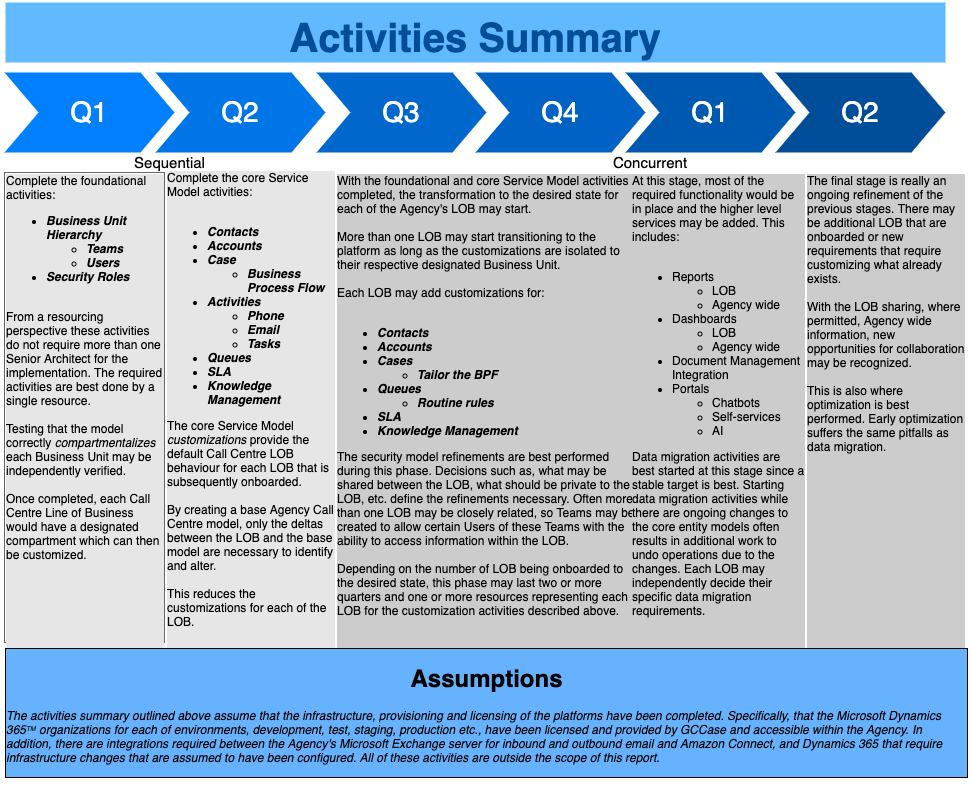
Before: resources/images/timeline.png, a diagram exported from draw.io (hanyg/gitdemo). Source tidied: cells renumbered, new cells last; positions are measured from the earlier drawing's top-left corner, leaving out a move shared by most shapes.
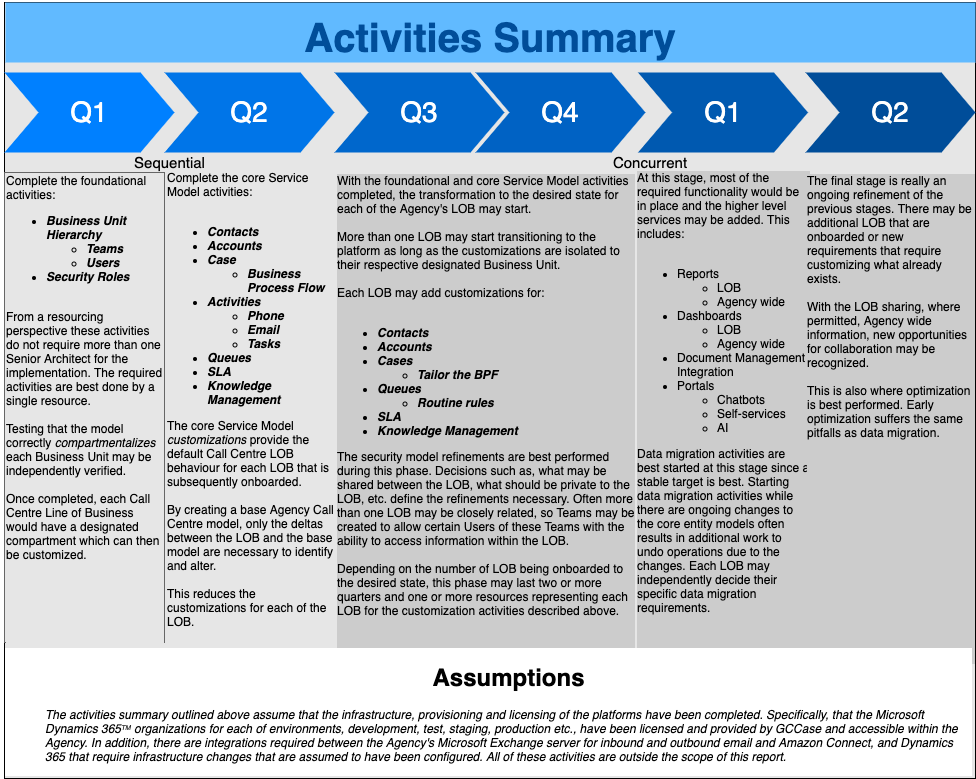
The same diagram one commit later.

What changed in the source:
```diff
@@ -2,26 +2,29 @@
   <root>
     <mxCell id="0" />
     <mxCell id="1" parent="0" />
+    <mxCell id="17" style="rounded=0;whiteSpace=wrap;html=1;labelBackgroundColor=none;fontSize=15;fillColor=#E6E6E6;" parent="1" vertex="1">
+      <mxGeometry x="4" width="971" height="776" as="geometry" />
+    </mxCell>
     <mxCell id="2" value="Q1" style="shape=step;whiteSpace=wrap;html=1;fontSize=28;fillColor=#0080FF;fontColor=#FFFFFF;strokeColor=none;" parent="1" vertex="1">
       <mxGeometry x="4" y="70" width="170" height="80" as="geometry" />
     </mxCell>
     <mxCell id="3" value="Q2" style="shape=step;whiteSpace=wrap;html=1;fontSize=28;fillColor=#0075E8;fontColor=#FFFFFF;strokeColor=none;" parent="1" vertex="1">
-      <mxGeometry x="155" y="70" width="170" height="80" as="geometry" />
+      <mxGeometry x="164" y="70" width="170" height="80" as="geometry" />
     </mxCell>
     <mxCell id="4" value="Q3" style="shape=step;whiteSpace=wrap;html=1;fontSize=28;fillColor=#0067CC;fontColor=#FFFFFF;strokeColor=none;" parent="1" vertex="1">
-      <mxGeometry x="316" y="70" width="170" height="80" as="geometry" />
+      <mxGeometry x="334" y="70" width="170" height="80" as="geometry" />
     </mxCell>
     <mxCell id="5" value="Q4" style="shape=step;whiteSpace=wrap;html=1;fontSize=28;fillColor=#0062C4;fontColor=#FFFFFF;strokeColor=none;" parent="1" vertex="1">
       <mxGeometry x="475" y="70" width="170" height="80" as="geometry" />
     </mxCell>
     <mxCell id="6" value="Q1" style="shape=step;whiteSpace=wrap;html=1;fontSize=28;fillColor=#0059B0;fontColor=#FFFFFF;strokeColor=none;" parent="1" vertex="1">
-      <mxGeometry x="625" y="70" width="170" height="80" as="geometry" />
+      <mxGeometry x="637.5" y="70" width="170" height="80" as="geometry" />
     </mxCell>
     <mxCell id="7" value="Q2" style="shape=step;whiteSpace=wrap;html=1;fontSize=28;fillColor=#004D99;fontColor=#FFFFFF;strokeColor=none;" parent="1" vertex="1">
-      <mxGeometry x="775" y="70" width="170" height="80" as="geometry" />
+      <mxGeometry x="805" y="70" width="170" height="80" as="geometry" />
     </mxCell>
     <mxCell id="8" value="&lt;font style=&quot;font-size: 40px&quot;&gt;Activities Summary&lt;/font&gt;" style="text;html=1;strokeColor=none;fillColor=#61BAFF;align=center;verticalAlign=middle;whiteSpace=wrap;fontSize=54;fontStyle=1;fontColor=#004D99;" parent="1" vertex="1">
-      <mxGeometry x="5" width="940" height="60" as="geometry" />
+      <mxGeometry x="5" width="970" height="60" as="geometry" />
     </mxCell>
     <mxCell id="9" value="Complete the foundational activities:&lt;br&gt;&lt;ul&gt;&lt;li&gt;&lt;b&gt;&lt;i&gt;Business Unit Hierarchy&lt;/i&gt;&lt;/b&gt;&lt;/li&gt;&lt;ul&gt;&lt;li&gt;&lt;b&gt;&lt;i&gt;Teams&lt;/i&gt;&lt;/b&gt;&lt;/li&gt;&lt;li&gt;&lt;b&gt;&lt;i&gt;Users&lt;/i&gt;&lt;/b&gt;&lt;/li&gt;&lt;/ul&gt;&lt;li&gt;&lt;b&gt;&lt;i&gt;Security Roles&lt;/i&gt;&lt;/b&gt;&lt;/li&gt;&lt;/ul&gt;&lt;br&gt;From a resourcing perspective these activities do not require more than one Senior Architect for the implementation. The required activities are best done by a single resource.&amp;nbsp;&lt;br&gt;&lt;br&gt;Testing that the model correctly &lt;i&gt;&lt;font style=&quot;font-size: 12px&quot;&gt;compartmentalizes&lt;/font&gt;&lt;/i&gt; each Business Unit may be independently verified.&lt;br&gt;&lt;br&gt;Once completed, each Call Centre Line of Business would have a designated compartment which can then be customized.&lt;br&gt;&lt;br&gt;&lt;br&gt;&lt;br&gt;&lt;br&gt;&lt;br&gt;&lt;br&gt;&lt;br&gt;" style="text;spacingTop=-5;fillColor=#f5f5f5;whiteSpace=wrap;html=1;align=left;fontSize=12;fontFamily=Helvetica;fillColor=none;strokeColor=#666666;gradientColor=#b3b3b3;labelBackgroundColor=#E6E6E6;" parent="1" vertex="1">
       <mxGeometry x="4" y="170" width="160" height="470" as="geometry" />
@@ -33,13 +36,13 @@
       <mxGeometry x="335" y="170" width="300" height="470" as="geometry" />
     </mxCell>
     <mxCell id="12" value="At this stage, most of the required functionality would be in place and the higher level services may be added. This includes:&lt;br&gt;&lt;br&gt;&lt;ul&gt;&lt;li&gt;Reports&lt;/li&gt;&lt;ul&gt;&lt;li&gt;LOB&lt;/li&gt;&lt;li&gt;Agency wide&lt;/li&gt;&lt;/ul&gt;&lt;li&gt;Dashboards&lt;/li&gt;&lt;ul&gt;&lt;li&gt;LOB&lt;/li&gt;&lt;li&gt;Agency wide&lt;/li&gt;&lt;/ul&gt;&lt;li&gt;Document Management Integration&lt;/li&gt;&lt;li&gt;Portals&lt;/li&gt;&lt;ul&gt;&lt;li&gt;Chatbots&lt;/li&gt;&lt;li&gt;Self-services&lt;/li&gt;&lt;li&gt;AI&lt;/li&gt;&lt;/ul&gt;&lt;/ul&gt;&lt;div&gt;Data migration activities are best started at this stage since a stable target is best. Starting data migration activities while there are ongoing changes to the core entity models often results in additional work to undo operations due to the changes. Each LOB may independently decide their specific data migration requirements.&lt;/div&gt;&lt;div&gt;&lt;br&gt;&lt;/div&gt;&lt;div&gt;&lt;br&gt;&lt;/div&gt;&lt;div&gt;&lt;br&gt;&lt;/div&gt;&lt;div&gt;&lt;br&gt;&lt;/div&gt;&lt;div&gt;&lt;br&gt;&lt;/div&gt;" style="text;spacingTop=-5;fillColor=#ffffff;whiteSpace=wrap;html=1;align=left;fontSize=12;fontFamily=Helvetica;fillColor=none;strokeColor=none;labelBackgroundColor=#CCCCCC;" parent="1" vertex="1">
-      <mxGeometry x="630" y="170" width="175" height="470" as="geometry" />
+      <mxGeometry x="635" y="167" width="175" height="470" as="geometry" />
     </mxCell>
     <mxCell id="13" value="The final stage is really an ongoing refinement of the previous stages. There may be additional LOB that are onboarded or new requirements that require customizing what already exists.&amp;nbsp;&lt;br&gt;&lt;br&gt;With the LOB sharing, where permitted, Agency wide information, new opportunities for collaboration may be recognized.&amp;nbsp;&lt;br&gt;&lt;br&gt;This is also where optimization is best performed. Early optimization suffers the same pitfalls as data migration.&amp;nbsp;&lt;br&gt;&lt;br&gt;&lt;br&gt;&lt;br&gt;&lt;br&gt;&lt;br&gt;&lt;br&gt;&lt;br&gt;&lt;br&gt;&lt;br&gt;&lt;br&gt;&lt;br&gt;&lt;br&gt;&lt;br&gt;&lt;br&gt;&lt;br&gt;&lt;br&gt;" style="text;spacingTop=-5;fillColor=#ffffff;whiteSpace=wrap;html=1;align=left;fontSize=12;fontFamily=Helvetica;fillColor=none;strokeColor=none;labelBackgroundColor=#CCCCCC;" parent="1" vertex="1">
-      <mxGeometry x="805" y="170" width="160" height="506" as="geometry" />
+      <mxGeometry x="805" y="170" width="170" height="506" as="geometry" />
     </mxCell>
-    <mxCell id="14" value="&lt;h1 style=&quot;text-align: center&quot;&gt;Assumptions&lt;/h1&gt;&lt;p&gt;&lt;i&gt;&lt;font style=&quot;font-size: 12px&quot;&gt;The activities summary outlined above assume that the infrastructure, provisioning and licensing of the platforms have been completed. Specifically, that the Microsoft Dynamics 365&lt;/font&gt;&lt;font style=&quot;font-size: 8px&quot;&gt;&lt;sup&gt;TM&lt;/sup&gt;&lt;/font&gt;&lt;span&gt;&amp;nbsp;organizations for each of environments, development, test, staging, production etc., have been licensed and provided by GCCase and accessible within the Agency. In addition, there are integrations required between the Agency's Microsoft Exchange server for inbound and outbound email and Amazon Connect, and Dynamics 365 that require infrastructure changes that are assumed to have been configured. All of these activities are outside the scope of this report.&lt;/span&gt;&lt;/i&gt;&lt;/p&gt;" style="text;html=1;strokeColor=none;fillColor=none;spacing=5;spacingTop=-20;whiteSpace=wrap;overflow=hidden;rounded=0;labelBackgroundColor=#66B2FF;labelBorderColor=#000000;" parent="1" vertex="1">
-      <mxGeometry y="656" width="971" height="140" as="geometry" />
+    <mxCell id="14" value="&lt;blockquote style=&quot;margin: 0 0 0 40px ; border: none ; padding: 0px&quot;&gt;&lt;h1 style=&quot;text-align: center&quot;&gt;Assumptions&lt;/h1&gt;&lt;p&gt;&lt;i&gt;&lt;font style=&quot;font-size: 12px&quot;&gt;The activities summary outlined above assume that the infrastructure, provisioning and licensing of the platforms have been completed. Specifically, that the Microsoft Dynamics 365&lt;/font&gt;&lt;font style=&quot;font-size: 8px&quot;&gt;&lt;sup&gt;TM&lt;/sup&gt;&lt;/font&gt;&lt;span&gt;&amp;nbsp;organizations for each of environments, development, test, staging, production etc., have been licensed and provided by GCCase and accessible within the Agency. In addition, there are integrations required between the Agency's Microsoft Exchange server for inbound and outbound email and Amazon Connect, and Dynamics 365 that require infrastructure changes that are assumed to have been configured. All of these activities are outside the scope of this report.&lt;/span&gt;&lt;/i&gt;&lt;/p&gt;&lt;/blockquote&gt;" style="text;html=1;strokeColor=none;fillColor=none;spacing=5;spacingTop=-20;whiteSpace=wrap;overflow=hidden;rounded=0;labelBackgroundColor=#FFFFFF;labelBorderColor=none;" parent="1" vertex="1">
+      <mxGeometry y="656" width="975" height="120" as="geometry" />
     </mxCell>
     <mxCell id="15" value="Sequential" style="text;html=1;strokeColor=none;fillColor=none;align=center;verticalAlign=middle;whiteSpace=wrap;rounded=0;labelBackgroundColor=none;fontSize=15;" parent="1" vertex="1">
       <mxGeometry x="4" y="150" width="331" height="20" as="geometry" />
```
